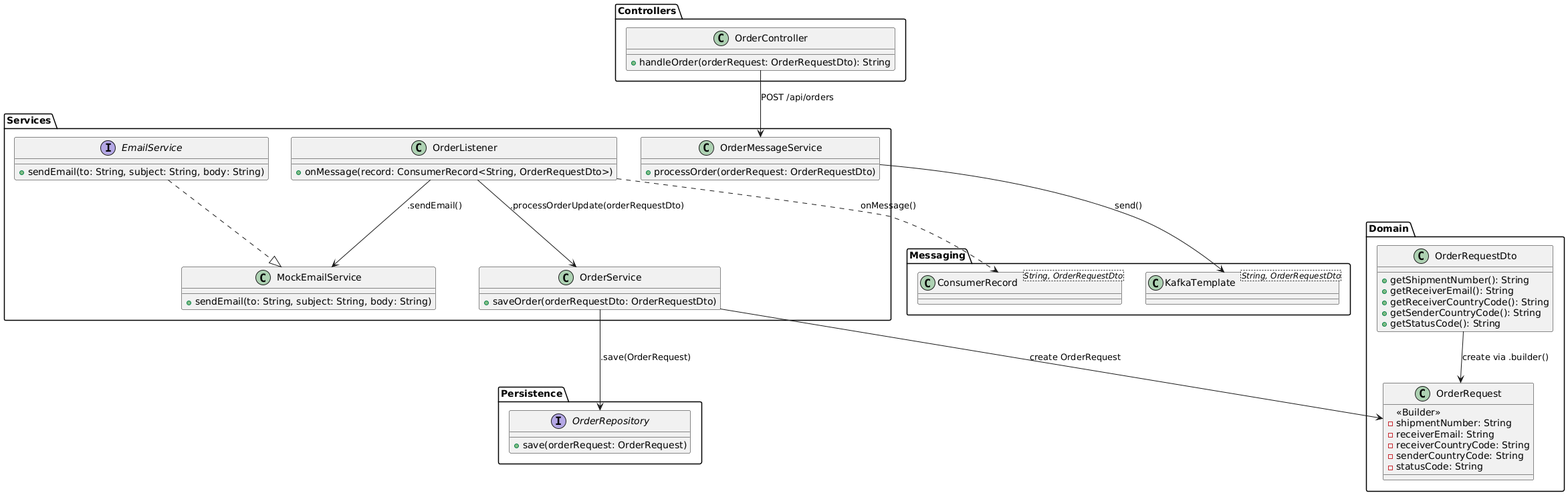
Earlier version of the PlantUML export src/main/resources/DiagramUML.png (JWoinski/designTask).
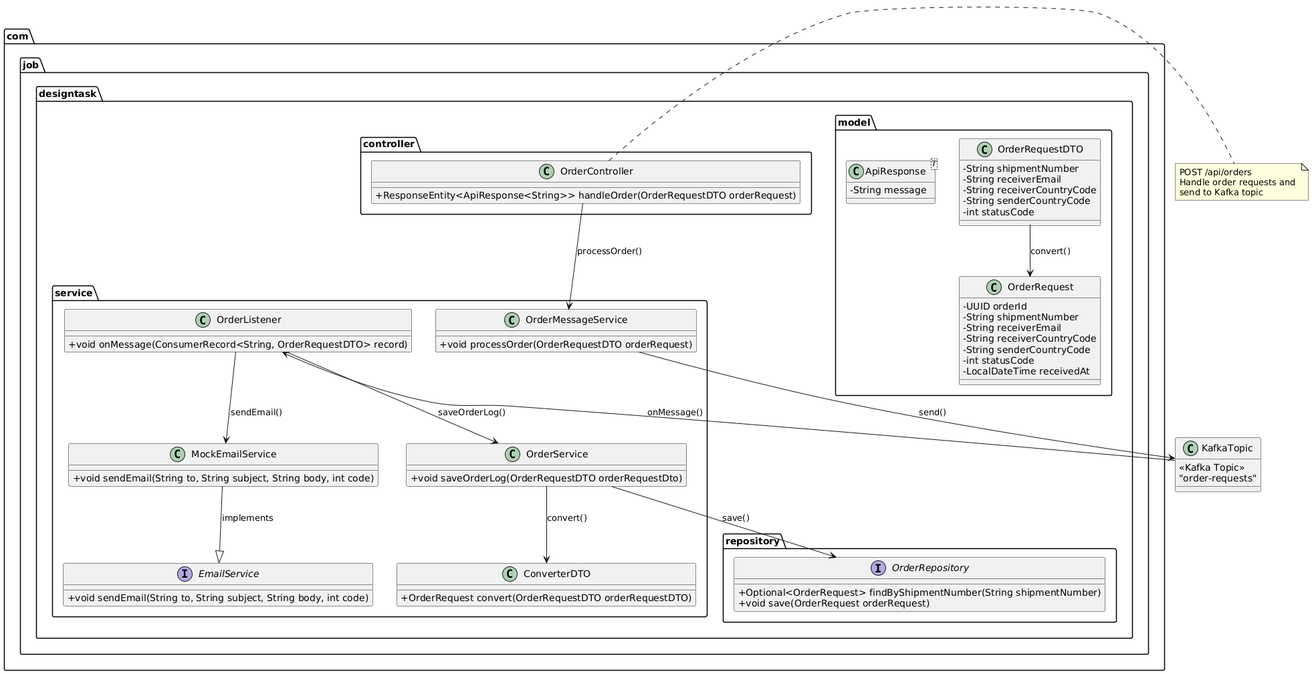
The same file after the commit.

Change to the diagram source:
```diff
@@ -1,69 +1,87 @@
 @startuml
-package "Controllers" {
-    class OrderController {
-        +handleOrder(orderRequest: OrderRequestDto): String
+skinparam classAttributeIconSize 0
+
+package "com.job.designtask.model" {
+    class OrderRequestDTO {
+        - String shipmentNumber
+        - String receiverEmail
+        - String receiverCountryCode
+        - String senderCountryCode
+        - int statusCode
+    }
+
+    class OrderRequest {
+        - UUID orderId
+        - String shipmentNumber
+        - String receiverEmail
+        - String receiverCountryCode
+        - String senderCountryCode
+        - int statusCode
+        - LocalDateTime receivedAt
+    }
+
+    class ApiResponse<T> {
+        - String message
     }
 }
 
-package "Services" {
-    class OrderMessageService {
-        +processOrder(orderRequest: OrderRequestDto)
+package "com.job.designtask.repository" {
+    interface OrderRepository {
+        + Optional<OrderRequest> findByShipmentNumber(String shipmentNumber)
+        + void save(OrderRequest orderRequest)
     }
+}
 
+package "com.job.designtask.service" {
     class OrderService {
-        +saveOrder(orderRequestDto: OrderRequestDto)
+        + void saveOrderLog(OrderRequestDTO orderRequestDto)
     }
 
     class OrderListener {
-        +onMessage(record: ConsumerRecord<String, OrderRequestDto>)
+        + void onMessage(ConsumerRecord<String, OrderRequestDTO> record)
+    }
+
+    class OrderMessageService {
+        + void processOrder(OrderRequestDTO orderRequest)
     }
 
     interface EmailService {
-        +sendEmail(to: String, subject: String, body: String)
+        + void sendEmail(String to, String subject, String body, int code)
     }
 
     class MockEmailService {
-        +sendEmail(to: String, subject: String, body: String)
+        + void sendEmail(String to, String subject, String body, int code)
+    }
+
+    class ConverterDTO {
+        + OrderRequest convert(OrderRequestDTO orderRequestDTO)
     }
 }
 
-EmailService ..|> MockEmailService
-
-package "Messaging" {
-    class KafkaTemplate<String, OrderRequestDto>
-    class ConsumerRecord<String, OrderRequestDto>
-}
-
-package "Persistence" {
-    interface OrderRepository {
-        +save(orderRequest: OrderRequest)
+package "com.job.designtask.controller" {
+    class OrderController {
+        + ResponseEntity<ApiResponse<String>> handleOrder(OrderRequestDTO orderRequest)
     }
 }
 
-package "Domain" {
-    class OrderRequestDto {
-        +getShipmentNumber(): String
-        +getReceiverEmail(): String
-        +getReceiverCountryCode(): String
-        +getSenderCountryCode(): String
-        +getStatusCode(): String
-    }
-    class OrderRequest {
-        <<Builder>>
-        -shipmentNumber: String
-        -receiverEmail: String
-        -receiverCountryCode: String
-        -senderCountryCode: String
-        -statusCode: String
-    }
+class KafkaTopic {
+    <<Kafka Topic>>
+    "order-requests"
 }
 
-OrderController --> OrderMessageService : POST /api/orders
-OrderMessageService --> KafkaTemplate : "send()"
-OrderService --> OrderRepository : .save(OrderRequest)
-OrderRequestDto --> OrderRequest : "create via .builder()"
-OrderService --> OrderRequest : "create OrderRequest"
-OrderListener --> OrderService : .processOrderUpdate(orderRequestDto)
-OrderListener --> MockEmailService : ".sendEmail()"
-OrderListener ..> ConsumerRecord : onMessage()
+OrderController --> OrderMessageService : processOrder()
+OrderMessageService --> KafkaTopic : send()
+KafkaTopic --> OrderListener : onMessage()
+OrderListener --> OrderService : saveOrderLog()
+OrderListener --> MockEmailService : sendEmail()
+OrderRequestDTO --> OrderRequest : convert()
+OrderService --> OrderRepository : save()
+OrderService --> ConverterDTO : convert()
+MockEmailService --|> EmailService : implements
+
+note right of OrderController
+POST /api/orders
+Handle order requests and
+send to Kafka topic
+end note
 @enduml
```
